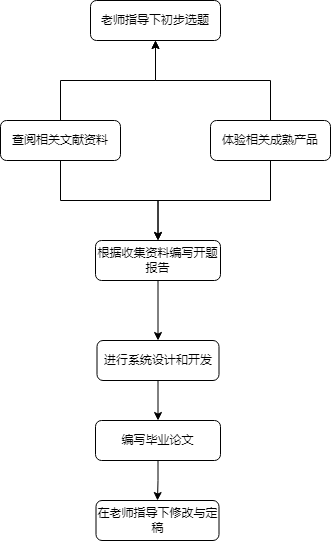
Above: img/Untitled Diagram.drawio.png in zlmsx/zlmsx.github.io (draw.io), before the change. Source tidied: cells renumbered, new cells last; positions are measured from the earlier drawing's top-left corner, leaving out a move shared by most shapes.
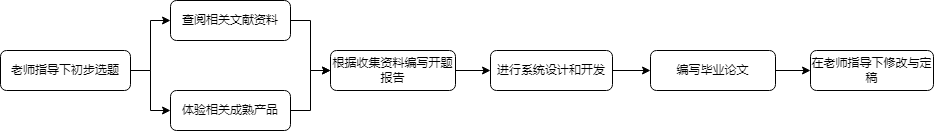
Above is the later version.

The edit, as a diff of the source:
```diff
@@ -2,47 +2,47 @@
   <root>
     <mxCell id="0" />
     <mxCell id="1" parent="0" />
+    <mxCell id="16" style="edgeStyle=orthogonalEdgeStyle;rounded=0;jettySize=auto;html=1;exitX=1;exitY=0.5;exitDx=0;exitDy=0;entryX=0;entryY=0.5;entryDx=0;entryDy=0;" parent="1" edge="1" source="2" target="5">
+      <mxGeometry relative="1" as="geometry" />
+    </mxCell>
+    <mxCell id="17" style="edgeStyle=orthogonalEdgeStyle;rounded=0;jettySize=auto;html=1;exitX=1;exitY=0.5;exitDx=0;exitDy=0;entryX=0;entryY=0.5;entryDx=0;entryDy=0;" parent="1" edge="1" source="2" target="8">
+      <mxGeometry relative="1" as="geometry" />
+    </mxCell>
     <mxCell id="2" value="老师指导下初步选题" style="rounded=1;whiteSpace=wrap;html=1;" parent="1" vertex="1">
-      <mxGeometry x="90" width="130" height="40" as="geometry" />
+      <mxGeometry x="-230" y="160" width="130" height="40" as="geometry" />
     </mxCell>
-    <mxCell id="3" style="edgeStyle=orthogonalEdgeStyle;rounded=0;jettySize=auto;html=1;exitX=0.5;exitY=0;exitDx=0;exitDy=0;entryX=0.5;entryY=1;entryDx=0;entryDy=0;" parent="1" edge="1" source="5" target="2">
-      <mxGeometry relative="1" as="geometry" />
-    </mxCell>
-    <mxCell id="4" style="edgeStyle=orthogonalEdgeStyle;rounded=0;jettySize=auto;html=1;exitX=0.5;exitY=1;exitDx=0;exitDy=0;" parent="1" edge="1" source="5" target="10">
+    <mxCell id="4" style="edgeStyle=orthogonalEdgeStyle;rounded=0;jettySize=auto;html=1;exitX=1;exitY=0.5;exitDx=0;exitDy=0;entryX=0;entryY=0.5;entryDx=0;entryDy=0;" parent="1" edge="1" source="5" target="10">
       <mxGeometry relative="1" as="geometry" />
     </mxCell>
     <mxCell id="5" value="查阅相关文献资料" style="rounded=1;whiteSpace=wrap;html=1;" parent="1" vertex="1">
-      <mxGeometry y="120" width="120" height="40" as="geometry" />
+      <mxGeometry x="-60" y="110" width="120" height="40" as="geometry" />
     </mxCell>
-    <mxCell id="6" style="edgeStyle=orthogonalEdgeStyle;rounded=0;jettySize=auto;html=1;exitX=0.5;exitY=0;exitDx=0;exitDy=0;entryX=0.5;entryY=1;entryDx=0;entryDy=0;" parent="1" edge="1" source="8" target="2">
-      <mxGeometry relative="1" as="geometry" />
-    </mxCell>
-    <mxCell id="7" style="edgeStyle=orthogonalEdgeStyle;rounded=0;jettySize=auto;html=1;exitX=0.5;exitY=1;exitDx=0;exitDy=0;entryX=0.5;entryY=0;entryDx=0;entryDy=0;" parent="1" edge="1" source="8" target="10">
+    <mxCell id="7" style="edgeStyle=orthogonalEdgeStyle;rounded=0;jettySize=auto;html=1;exitX=1;exitY=0.5;exitDx=0;exitDy=0;entryX=0;entryY=0.5;entryDx=0;entryDy=0;" parent="1" edge="1" source="8" target="10">
       <mxGeometry relative="1" as="geometry" />
     </mxCell>
     <mxCell id="8" value="体验相关成熟产品" style="rounded=1;whiteSpace=wrap;html=1;" parent="1" vertex="1">
-      <mxGeometry x="210" y="120" width="120" height="40" as="geometry" />
+      <mxGeometry x="-60" y="200" width="120" height="40" as="geometry" />
     </mxCell>
-    <mxCell id="9" style="edgeStyle=orthogonalEdgeStyle;rounded=0;jettySize=auto;html=1;exitX=0.5;exitY=1;exitDx=0;exitDy=0;entryX=0.5;entryY=0;entryDx=0;entryDy=0;" parent="1" edge="1" source="10" target="12">
+    <mxCell id="9" style="edgeStyle=orthogonalEdgeStyle;rounded=0;jettySize=auto;html=1;exitX=1;exitY=0.5;exitDx=0;exitDy=0;entryX=0;entryY=0.5;entryDx=0;entryDy=0;" parent="1" edge="1" source="10" target="12">
       <mxGeometry relative="1" as="geometry" />
     </mxCell>
     <mxCell id="10" value="根据收集资料编写开题报告" style="rounded=1;whiteSpace=wrap;html=1;" parent="1" vertex="1">
-      <mxGeometry x="95" y="240" width="125" height="40" as="geometry" />
+      <mxGeometry x="100" y="160" width="125" height="40" as="geometry" />
     </mxCell>
-    <mxCell id="11" style="edgeStyle=orthogonalEdgeStyle;rounded=0;jettySize=auto;html=1;exitX=0.5;exitY=1;exitDx=0;exitDy=0;entryX=0.5;entryY=0;entryDx=0;entryDy=0;" parent="1" edge="1" source="12" target="14">
+    <mxCell id="11" style="edgeStyle=orthogonalEdgeStyle;rounded=0;jettySize=auto;html=1;exitX=1;exitY=0.5;exitDx=0;exitDy=0;entryX=0;entryY=0.5;entryDx=0;entryDy=0;" parent="1" edge="1" source="12" target="14">
       <mxGeometry relative="1" as="geometry" />
     </mxCell>
     <mxCell id="12" value="进行系统设计和开发" style="rounded=1;whiteSpace=wrap;html=1;" parent="1" vertex="1">
-      <mxGeometry x="96.5" y="340" width="122" height="40" as="geometry" />
+      <mxGeometry x="260" y="160" width="122" height="40" as="geometry" />
     </mxCell>
-    <mxCell id="13" style="edgeStyle=orthogonalEdgeStyle;rounded=0;jettySize=auto;html=1;exitX=0.5;exitY=1;exitDx=0;exitDy=0;entryX=0.5;entryY=0;entryDx=0;entryDy=0;" parent="1" edge="1" source="14" target="15">
+    <mxCell id="13" style="edgeStyle=orthogonalEdgeStyle;rounded=0;jettySize=auto;html=1;exitX=1;exitY=0.5;exitDx=0;exitDy=0;entryX=0;entryY=0.5;entryDx=0;entryDy=0;" parent="1" edge="1" source="14" target="15">
       <mxGeometry relative="1" as="geometry" />
     </mxCell>
     <mxCell id="14" value="编写毕业论文" style="rounded=1;whiteSpace=wrap;html=1;" parent="1" vertex="1">
-      <mxGeometry x="95" y="420" width="125" height="40" as="geometry" />
+      <mxGeometry x="420" y="160" width="125" height="40" as="geometry" />
     </mxCell>
     <mxCell id="15" value="在老师指导下修改与定稿" style="rounded=1;whiteSpace=wrap;html=1;" parent="1" vertex="1">
-      <mxGeometry x="95.5" y="500" width="123" height="40" as="geometry" />
+      <mxGeometry x="580" y="160" width="123" height="40" as="geometry" />
     </mxCell>
   </root>
 </mxGraphModel>
```
